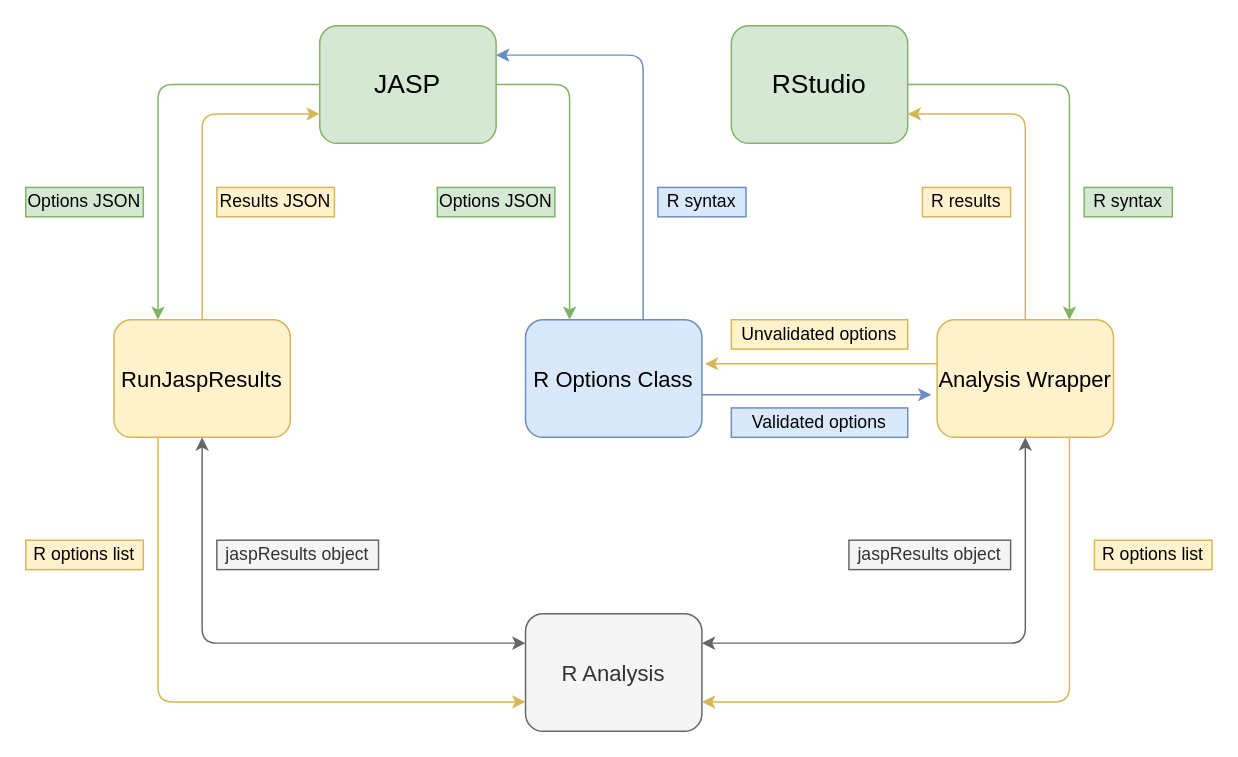
TimKDJ/jasp-desktop keeps this draw.io diagram as flow-chart-user-syntax-mode.drawio. Above is the earlier version. Source tidied: cells renumbered, new cells numbered last; positions are measured from the earlier drawing's top-left corner, leaving out a move shared by most shapes. Both pictures are drawn from the tidied source at 147%, with x=0, y=0 at pixel (25, 25).
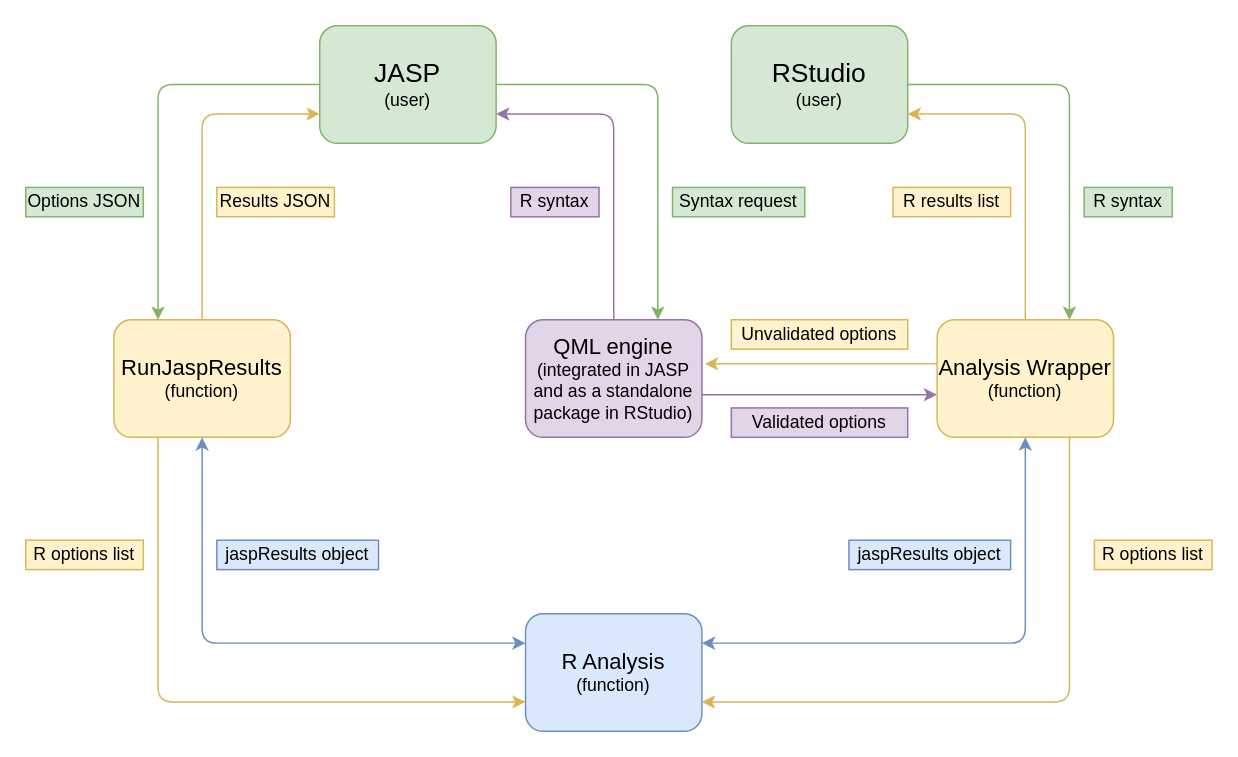
The same diagram, later.

Commit message (it also covers changes not shown here):
Replace options class by qmlEngine package - start

Change to the diagram source:
```diff
@@
-    <mxCell id="3" style="edgeStyle=orthogonalEdgeStyle;rounded=1;jettySize=auto;html=1;entryX=0.25;entryY=0;entryDx=0;entryDy=0;fillColor=#d5e8d4;strokeColor=#82b366;" parent="1" edge="1" source="4" target="9">
+    <mxCell id="3" style="edgeStyle=orthogonalEdgeStyle;rounded=1;jettySize=auto;html=1;entryX=0.75;entryY=0;entryDx=0;entryDy=0;fillColor=#d5e8d4;strokeColor=#82b366;" parent="1" edge="1" source="4" target="9">
       <mxGeometry relative="1" as="geometry" />
     </mxCell>
-    <mxCell id="4" value="&lt;font style=&quot;font-size: 18px&quot;&gt;JASP&lt;/font&gt;" style="rounded=1;whiteSpace=wrap;html=1;fontSize=12;glass=0;strokeWidth=1;shadow=0;fillColor=#d5e8d4;strokeColor=#82b366;" parent="1" vertex="1">
+    <mxCell id="4" value="&lt;div&gt;&lt;font style=&quot;font-size: 18px&quot;&gt;JASP&lt;/font&gt;&lt;/div&gt;&lt;div&gt;(user)&lt;/div&gt;" style="rounded=1;whiteSpace=wrap;html=1;fontSize=12;glass=0;strokeWidth=1;shadow=0;fillColor=#d5e8d4;strokeColor=#82b366;" parent="1" vertex="1">
       <mxGeometry x="200" width="120" height="80" as="geometry" />
     </mxCell>
@@
-    <mxCell id="6" value="&lt;div style=&quot;font-size: 18px&quot;&gt;&lt;font style=&quot;font-size: 18px&quot;&gt;RStudio&lt;/font&gt;&lt;/div&gt;" style="rounded=1;whiteSpace=wrap;html=1;fontSize=12;glass=0;strokeWidth=1;shadow=0;rotation=0;fillColor=#d5e8d4;strokeColor=#82b366;" parent="1" vertex="1">
+    <mxCell id="6" value="&lt;div style=&quot;font-size: 18px&quot;&gt;&lt;font style=&quot;font-size: 18px&quot;&gt;RStudio&lt;/font&gt;&lt;/div&gt;&lt;div&gt;(user)&lt;/div&gt;" style="rounded=1;whiteSpace=wrap;html=1;fontSize=12;glass=0;strokeWidth=1;shadow=0;rotation=0;fillColor=#d5e8d4;strokeColor=#82b366;" parent="1" vertex="1">
       <mxGeometry x="480" width="120" height="80" as="geometry" />
     </mxCell>
-    <mxCell id="7" style="edgeStyle=orthogonalEdgeStyle;rounded=1;jettySize=auto;html=1;entryX=1;entryY=0.25;entryDx=0;entryDy=0;fillColor=#dae8fc;strokeColor=#6c8ebf;" parent="1" edge="1" source="9" target="4">
+    <mxCell id="7" style="edgeStyle=orthogonalEdgeStyle;rounded=1;jettySize=auto;html=1;entryX=1;entryY=0.75;entryDx=0;entryDy=0;fillColor=#e1d5e7;strokeColor=#9673a6;exitX=0.5;exitY=0;exitDx=0;exitDy=0;" parent="1" edge="1" source="9" target="4">
       <mxGeometry relative="1" as="geometry">
         <Array as="points">
-          <mxPoint x="420" y="20" />
+          <mxPoint x="400" y="60" />
         </Array>
       </mxGeometry>
     </mxCell>
-    <mxCell id="8" style="edgeStyle=orthogonalEdgeStyle;rounded=1;jettySize=auto;html=1;fillColor=#dae8fc;strokeColor=#6c8ebf;entryX=-0.033;entryY=0.638;entryDx=0;entryDy=0;entryPerimeter=0;" parent="1" edge="1" source="9" target="14">
+    <mxCell id="8" style="edgeStyle=orthogonalEdgeStyle;rounded=1;jettySize=auto;html=1;fillColor=#e1d5e7;strokeColor=#9673a6;" parent="1" edge="1" source="9">
       <mxGeometry relative="1" as="geometry">
+        <mxPoint x="620" y="251" as="targetPoint" />
         <Array as="points">
           <mxPoint x="500" y="251" />
           <mxPoint x="500" y="251" />
         </Array>
       </mxGeometry>
     </mxCell>
-    <mxCell id="9" value="&lt;font style=&quot;font-size: 15px&quot;&gt;R Options Class&lt;/font&gt;" style="rounded=1;whiteSpace=wrap;html=1;fillColor=#dae8fc;strokeColor=#6c8ebf;" parent="1" vertex="1">
+    <mxCell id="9" value="&lt;div style=&quot;font-size: 15px&quot;&gt;&lt;font style=&quot;font-size: 15px&quot;&gt;QML engine&lt;/font&gt;&lt;/div&gt;&lt;div&gt;(integrated in JASP and as a standalone package in RStudio)&lt;br&gt;&lt;/div&gt;" style="rounded=1;whiteSpace=wrap;html=1;fillColor=#e1d5e7;strokeColor=#9673a6;" parent="1" vertex="1">
       <mxGeometry x="340" y="200" width="120" height="80" as="geometry" />
     </mxCell>
-    <mxCell id="10" value="&lt;font style=&quot;font-size: 15px&quot;&gt;R Analysis&lt;/font&gt;" style="rounded=1;whiteSpace=wrap;html=1;fillColor=#f5f5f5;strokeColor=#666666;fontColor=#333333;" parent="1" vertex="1">
+    <mxCell id="10" value="&lt;div&gt;&lt;font style=&quot;font-size: 15px&quot;&gt;R Analysis&lt;/font&gt;&lt;/div&gt;(function)" style="rounded=1;whiteSpace=wrap;html=1;fillColor=#dae8fc;strokeColor=#6c8ebf;" parent="1" vertex="1">
       <mxGeometry x="340" y="400" width="120" height="80" as="geometry" />
     </mxCell>
@@
-    <mxCell id="14" value="&lt;font style=&quot;font-size: 15px&quot;&gt;Analysis Wrapper&lt;/font&gt;" style="rounded=1;whiteSpace=wrap;html=1;fillColor=#fff2cc;strokeColor=#d6b656;" parent="1" vertex="1">
+    <mxCell id="14" value="&lt;div&gt;&lt;font style=&quot;font-size: 15px&quot;&gt;Analysis Wrapper&lt;/font&gt;&lt;/div&gt;&lt;div&gt;&lt;font style=&quot;font-size: 12px&quot;&gt;(function)&lt;br&gt;&lt;/font&gt;&lt;/div&gt;" style="rounded=1;whiteSpace=wrap;html=1;fillColor=#fff2cc;strokeColor=#d6b656;" parent="1" vertex="1">
       <mxGeometry x="620" y="200" width="120" height="80" as="geometry" />
     </mxCell>
@@
-    <mxCell id="17" value="&lt;font style=&quot;font-size: 15px&quot;&gt;RunJaspResults&lt;/font&gt;" style="rounded=1;whiteSpace=wrap;html=1;fillColor=#fff2cc;strokeColor=#d6b656;" parent="1" vertex="1">
+    <mxCell id="17" value="&lt;div&gt;&lt;font style=&quot;font-size: 15px&quot;&gt;RunJaspResults&lt;/font&gt;&lt;/div&gt;&lt;div&gt;&lt;font style=&quot;font-size: 12px&quot;&gt;(function)&lt;br&gt;&lt;/font&gt;&lt;/div&gt;" style="rounded=1;whiteSpace=wrap;html=1;fillColor=#fff2cc;strokeColor=#d6b656;" parent="1" vertex="1">
       <mxGeometry x="60" y="200" width="120" height="80" as="geometry" />
     </mxCell>
@@
-    <mxCell id="20" value="Options JSON" style="text;html=1;strokeColor=#82b366;fillColor=#d5e8d4;align=center;verticalAlign=middle;whiteSpace=wrap;rounded=0;" parent="1" vertex="1">
-      <mxGeometry x="280" y="110" width="80" height="20" as="geometry" />
+    <mxCell id="20" value="Syntax request" style="text;html=1;strokeColor=#82b366;fillColor=#d5e8d4;align=center;verticalAlign=middle;whiteSpace=wrap;rounded=0;" parent="1" vertex="1">
+      <mxGeometry x="440" y="110" width="90" height="20" as="geometry" />
     </mxCell>
-    <mxCell id="21" value="R syntax" style="text;html=1;strokeColor=#6c8ebf;fillColor=#dae8fc;align=center;verticalAlign=middle;whiteSpace=wrap;rounded=0;" parent="1" vertex="1">
-      <mxGeometry x="430" y="110" width="60" height="20" as="geometry" />
+    <mxCell id="21" value="R syntax" style="text;html=1;strokeColor=#9673a6;fillColor=#e1d5e7;align=center;verticalAlign=middle;whiteSpace=wrap;rounded=0;" parent="1" vertex="1">
+      <mxGeometry x="330" y="110" width="60" height="20" as="geometry" />
     </mxCell>
@@
-    <mxCell id="23" value="Validated options" style="text;html=1;strokeColor=#6c8ebf;fillColor=#dae8fc;align=center;verticalAlign=middle;whiteSpace=wrap;rounded=0;" parent="1" vertex="1">
+    <mxCell id="23" value="Validated options" style="text;html=1;strokeColor=#9673a6;fillColor=#e1d5e7;align=center;verticalAlign=middle;whiteSpace=wrap;rounded=0;" parent="1" vertex="1">
       <mxGeometry x="480" y="260" width="120" height="20" as="geometry" />
     </mxCell>
@@
-    <mxCell id="25" value="R results" style="text;html=1;strokeColor=#d6b656;fillColor=#fff2cc;align=center;verticalAlign=middle;whiteSpace=wrap;rounded=0;" parent="1" vertex="1">
-      <mxGeometry x="610" y="110" width="60" height="20" as="geometry" />
+    <mxCell id="25" value="R results list" style="text;html=1;strokeColor=#d6b656;fillColor=#fff2cc;align=center;verticalAlign=middle;whiteSpace=wrap;rounded=0;" parent="1" vertex="1">
+      <mxGeometry x="590" y="110" width="80" height="20" as="geometry" />
     </mxCell>
-    <mxCell id="26" style="endArrow=classic;startArrow=classic;html=1;entryX=0.5;entryY=1;entryDx=0;entryDy=0;exitX=1;exitY=0.25;exitDx=0;exitDy=0;fillColor=#f5f5f5;strokeColor=#666666;" parent="1" edge="1" source="10" target="14">
+    <mxCell id="26" style="endArrow=classic;startArrow=classic;html=1;entryX=0.5;entryY=1;entryDx=0;entryDy=0;exitX=1;exitY=0.25;exitDx=0;exitDy=0;fillColor=#dae8fc;strokeColor=#6c8ebf;" parent="1" edge="1" source="10" target="14">
       <mxGeometry relative="1" as="geometry">
         <Array as="points">
           <mxPoint x="680" y="420" />
         </Array>
       </mxGeometry>
     </mxCell>
-    <mxCell id="27" style="endArrow=classic;startArrow=classic;html=1;exitX=0;exitY=0.25;exitDx=0;exitDy=0;fillColor=#f5f5f5;strokeColor=#666666;" parent="1" edge="1" source="10">
+    <mxCell id="27" style="endArrow=classic;startArrow=classic;html=1;exitX=0;exitY=0.25;exitDx=0;exitDy=0;fillColor=#dae8fc;strokeColor=#6c8ebf;" parent="1" edge="1" source="10">
       <mxGeometry relative="1" as="geometry">
         <mxPoint x="120" y="280" as="targetPoint" />
         <Array as="points">
           <mxPoint x="120" y="420" />
         </Array>
       </mxGeometry>
     </mxCell>
@@
-    <mxCell id="30" value="jaspResults object" style="text;html=1;strokeColor=#666666;fillColor=#f5f5f5;align=center;verticalAlign=middle;whiteSpace=wrap;rounded=0;fontColor=#333333;" parent="1" vertex="1">
+    <mxCell id="30" value="jaspResults object" style="text;html=1;strokeColor=#6c8ebf;fillColor=#dae8fc;align=center;verticalAlign=middle;whiteSpace=wrap;rounded=0;" parent="1" vertex="1">
       <mxGeometry x="130" y="350" width="110" height="20" as="geometry" />
     </mxCell>
-    <mxCell id="31" value="jaspResults object" style="text;html=1;strokeColor=#666666;fillColor=#f5f5f5;align=center;verticalAlign=middle;whiteSpace=wrap;rounded=0;fontColor=#333333;" parent="1" vertex="1">
+    <mxCell id="31" value="jaspResults object" style="text;html=1;strokeColor=#6c8ebf;fillColor=#dae8fc;align=center;verticalAlign=middle;whiteSpace=wrap;rounded=0;" parent="1" vertex="1">
       <mxGeometry x="560" y="350" width="110" height="20" as="geometry" />
     </mxCell>
```
